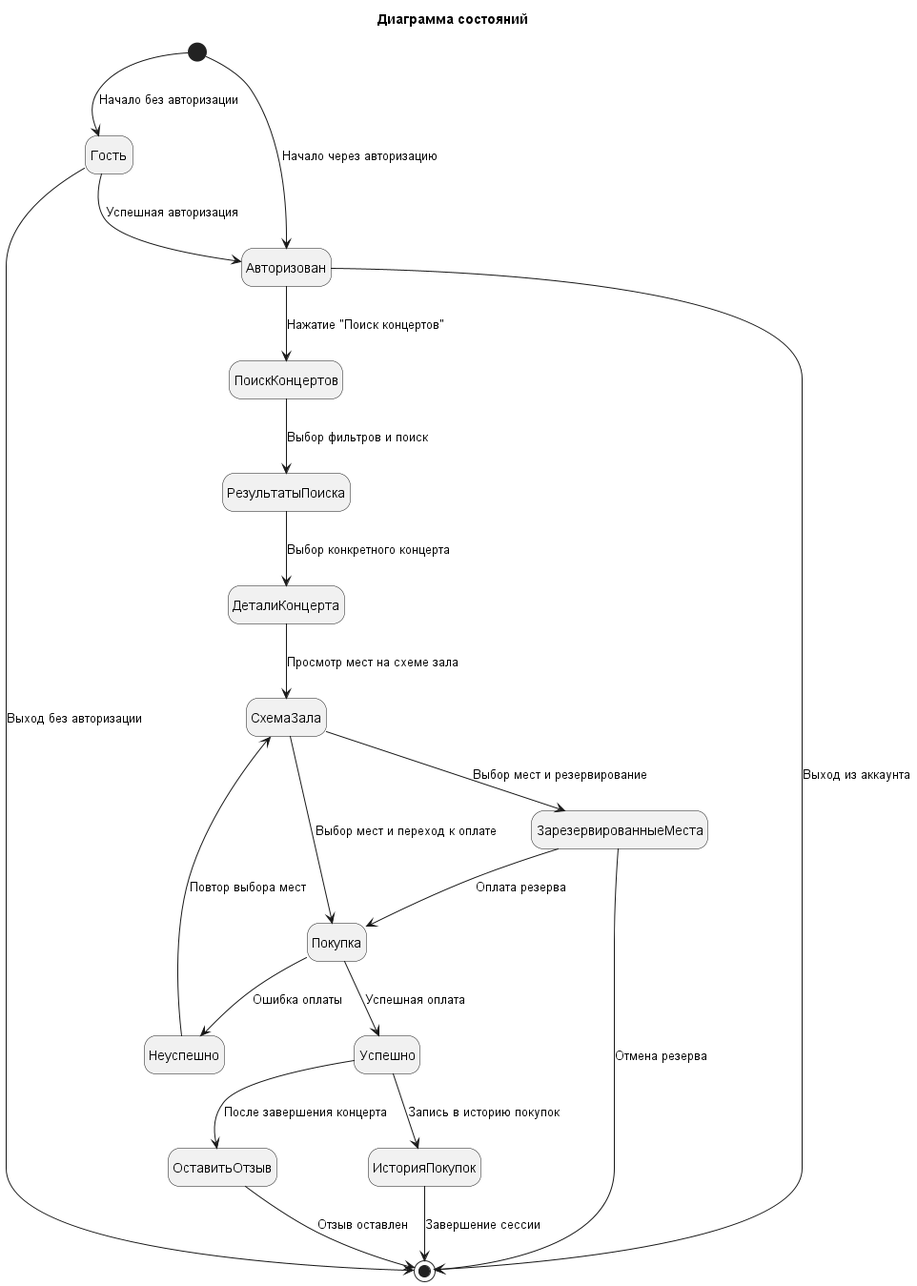
amfunNylord/rtpo keeps this PlantUML diagram as out/2. Технический проект/state/Диаграмма состояний.png. Above is the earlier version.
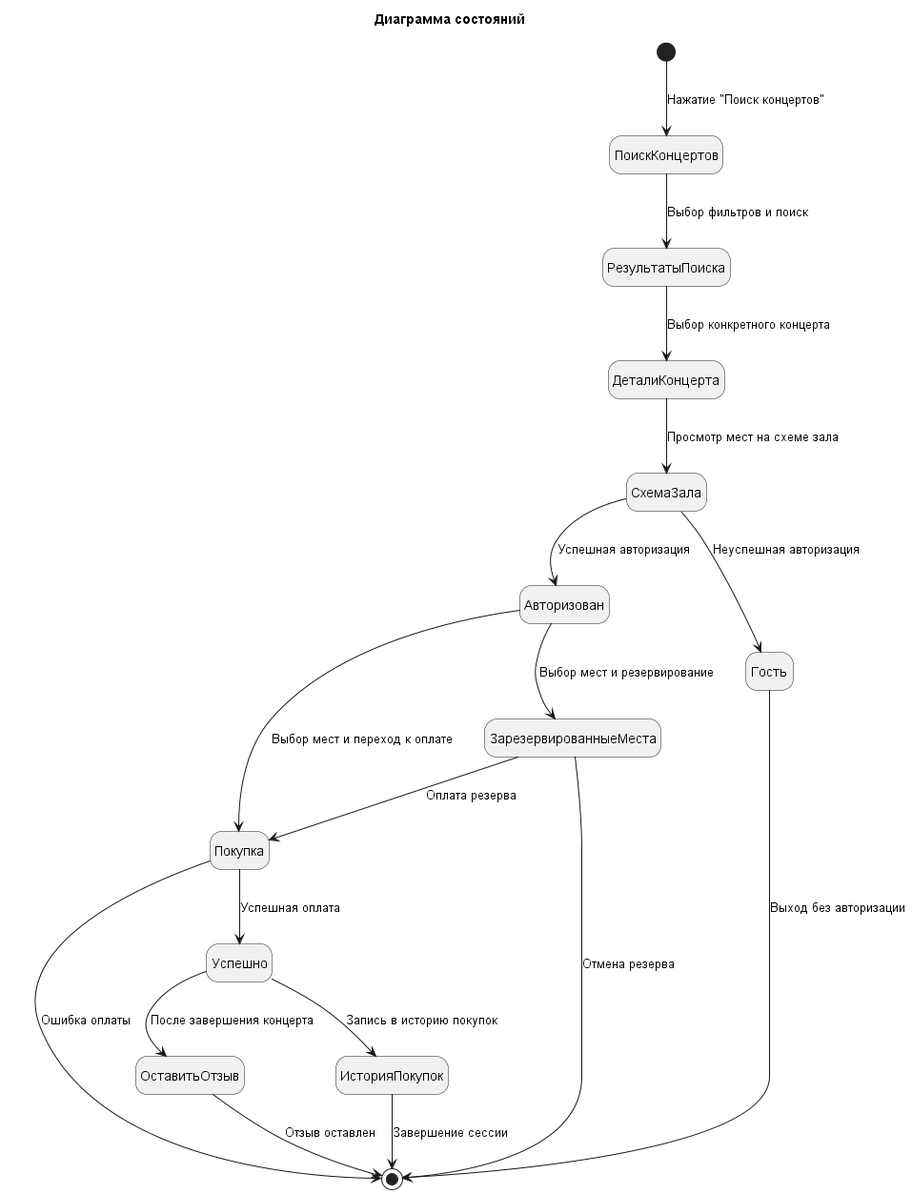
After the commit.

Commit message:
Исправил state

Change to the diagram source:
```diff
@@ -4,26 +4,22 @@
 hide empty description
 skinparam nodesep 65
 
-[*] --> Гость : Начало без авторизации
-[*] --> Авторизован : Начало через авторизацию
-
-Гость --> Авторизован : Успешная авторизация
-Гость --> [*] : Выход без авторизации
-
-Авторизован --> ПоискКонцертов : Нажатие "Поиск концертов"
-Авторизован --> [*] : Выход из аккаунта
+[*] --> ПоискКонцертов : Нажатие "Поиск концертов"
 
 ПоискКонцертов --> РезультатыПоиска : Выбор фильтров и поиск
 РезультатыПоиска --> ДеталиКонцерта : Выбор конкретного концерта
 ДеталиКонцерта --> СхемаЗала : Просмотр мест на схеме зала
-СхемаЗала --> ЗарезервированныеМеста : Выбор мест и резервирование
 ЗарезервированныеМеста --> Покупка : Оплата резерва
 ЗарезервированныеМеста --> [*] : Отмена резерва
-СхемаЗала --> Покупка : Выбор мест и переход к оплате
+
+СхемаЗала --> Авторизован : Успешная авторизация
+СхемаЗала --> Гость : Неуспешная авторизация
+Авторизован --> ЗарезервированныеМеста : Выбор мест и резервирование
+Авторизован --> Покупка : Выбор мест и переход к оплате
+Гость --> [*] : Выход без авторизации
 
 Покупка --> Успешно : Успешная оплата
-Покупка --> Неуспешно : Ошибка оплаты
-Неуспешно --> СхемаЗала : Повтор выбора мест
+Покупка --> [*] : Ошибка оплаты
 
 Успешно --> ИсторияПокупок : Запись в историю покупок
 ИсторияПокупок --> [*] : Завершение сессии
```
